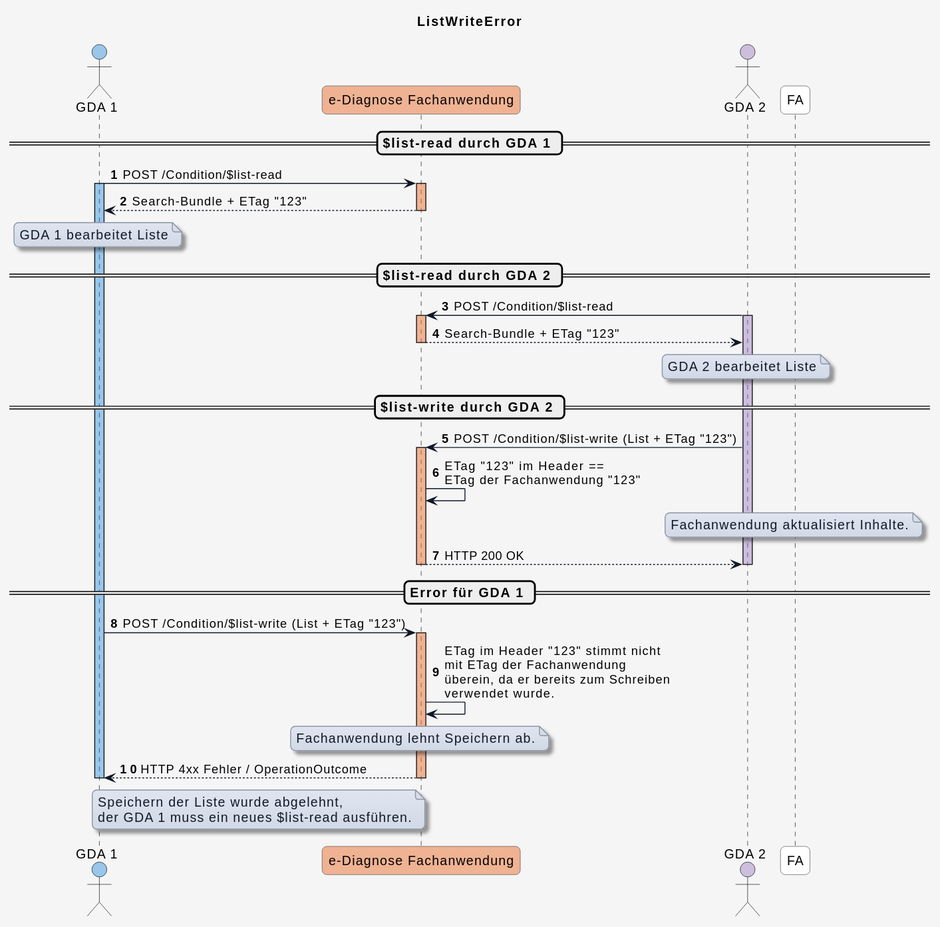
Earlier version of the PlantUML export r4-ELGA-e-Diagnose-main/plantuml/diagram_write_error.svg (HL7Austria/hl7austria.github.io).
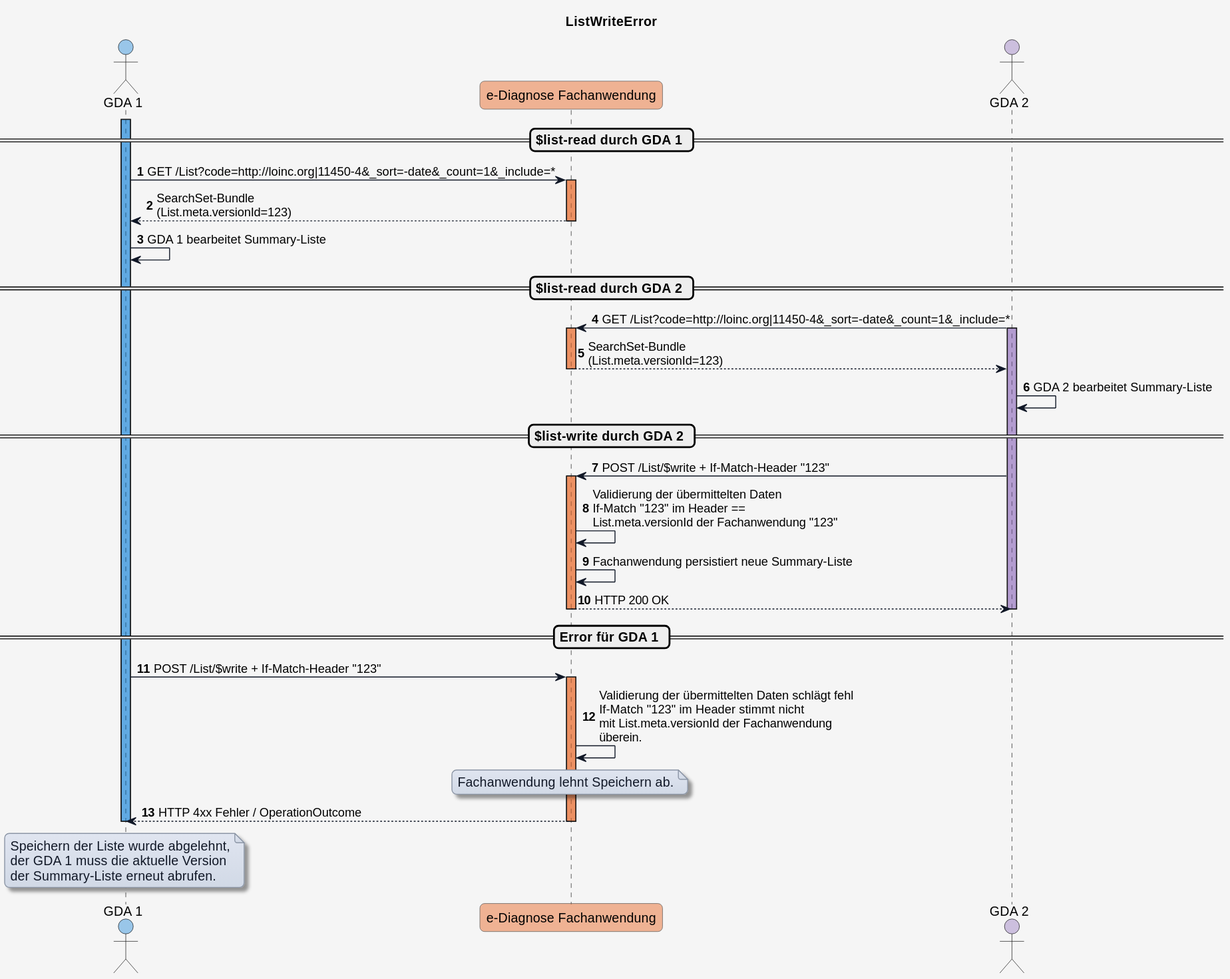
After the change.

What changed in the source:
```diff
@@ -56,41 +56,35 @@
 
 == $list-read durch GDA 1 ==
 
-GDA_1 -> eDiag_FA: POST /Condition/$list-read
 activate GDA_1 COLOR_GDA_1
+GDA_1 -> eDiag_FA: GET /List?code=http://loinc.org|11450-4&_sort=-date&_count=1&_include=*
 
 activate eDiag_FA COLOR_DIAG_FA
-eDiag_FA --> GDA_1: Search-Bundle + ETag "123"
+eDiag_FA --> GDA_1: SearchSet-Bundle\n(List.meta.versionId=123)
 deactivate eDiag_FA
 
-note over GDA_1
-  GDA 1 bearbeitet Liste
-end note
+GDA_1 -> GDA_1: GDA 1 bearbeitet Summary-Liste
 
 == $list-read durch GDA 2 ==
 
-GDA_2 -> eDiag_FA: POST /Condition/$list-read
+GDA_2 -> eDiag_FA:  GET /List?code=http://loinc.org|11450-4&_sort=-date&_count=1&_include=*
 activate GDA_2 COLOR_GDA_2
 
 activate eDiag_FA COLOR_DIAG_FA
 
-eDiag_FA --> GDA_2: Search-Bundle + ETag "123"
+eDiag_FA --> GDA_2: SearchSet-Bundle\n(List.meta.versionId=123)
 deactivate eDiag_FA
 
-note over GDA_2
-  GDA 2 bearbeitet Liste
-end note
+GDA_2 -> GDA_2: GDA 2 bearbeitet Summary-Liste
 
 == $list-write durch GDA 2 ==
 
-GDA_2 -> eDiag_FA: POST /Condition/$list-write (List + ETag "123")
+GDA_2 -> eDiag_FA: POST /List/$write + If-Match-Header "123"
 
 activate eDiag_FA COLOR_DIAG_FA
-eDiag_FA -> eDiag_FA: ETag "123" im Header ==\nETag der Fachanwendung "123"
+eDiag_FA -> eDiag_FA: Validierung der übermittelten Daten\nIf-Match "123" im Header ==\nList.meta.versionId der Fachanwendung "123"
 
-note over FA
-  Fachanwendung aktualisiert Inhalte.
-end note
+eDiag_FA -> eDiag_FA: Fachanwendung persistiert neue Summary-Liste
 
 eDiag_FA --> GDA_2: HTTP 200 OK
 deactivate GDA_2
@@ -99,10 +93,10 @@
 
 == Error für GDA 1 ==
 
-GDA_1 -> eDiag_FA: POST /Condition/$list-write (List + ETag "123")
+GDA_1 -> eDiag_FA: POST /List/$write + If-Match-Header "123"
 
 activate eDiag_FA COLOR_DIAG_FA
-eDiag_FA -> eDiag_FA: ETag im Header "123" stimmt nicht\nmit ETag der Fachanwendung\nüberein, da er bereits zum Schreiben\nverwendet wurde.
+eDiag_FA -> eDiag_FA: Validierung der übermittelten Daten schlägt fehl\nIf-Match "123" im Header stimmt nicht\nmit List.meta.versionId der Fachanwendung\nüberein.
 
 note over eDiag_FA
   Fachanwendung lehnt Speichern ab.
@@ -111,9 +105,10 @@
 eDiag_FA --> GDA_1: HTTP 4xx Fehler / OperationOutcome
 deactivate GDA_1
 
-note over eDiag_FA, GDA_1
+note over GDA_1
   Speichern der Liste wurde abgelehnt,
-  der GDA 1 muss ein neues $list-read ausführen.
+  der GDA 1 muss die aktuelle Version
+  der Summary-Liste erneut abrufen.
 end note
 
 deactivate eDiag_FA
```
